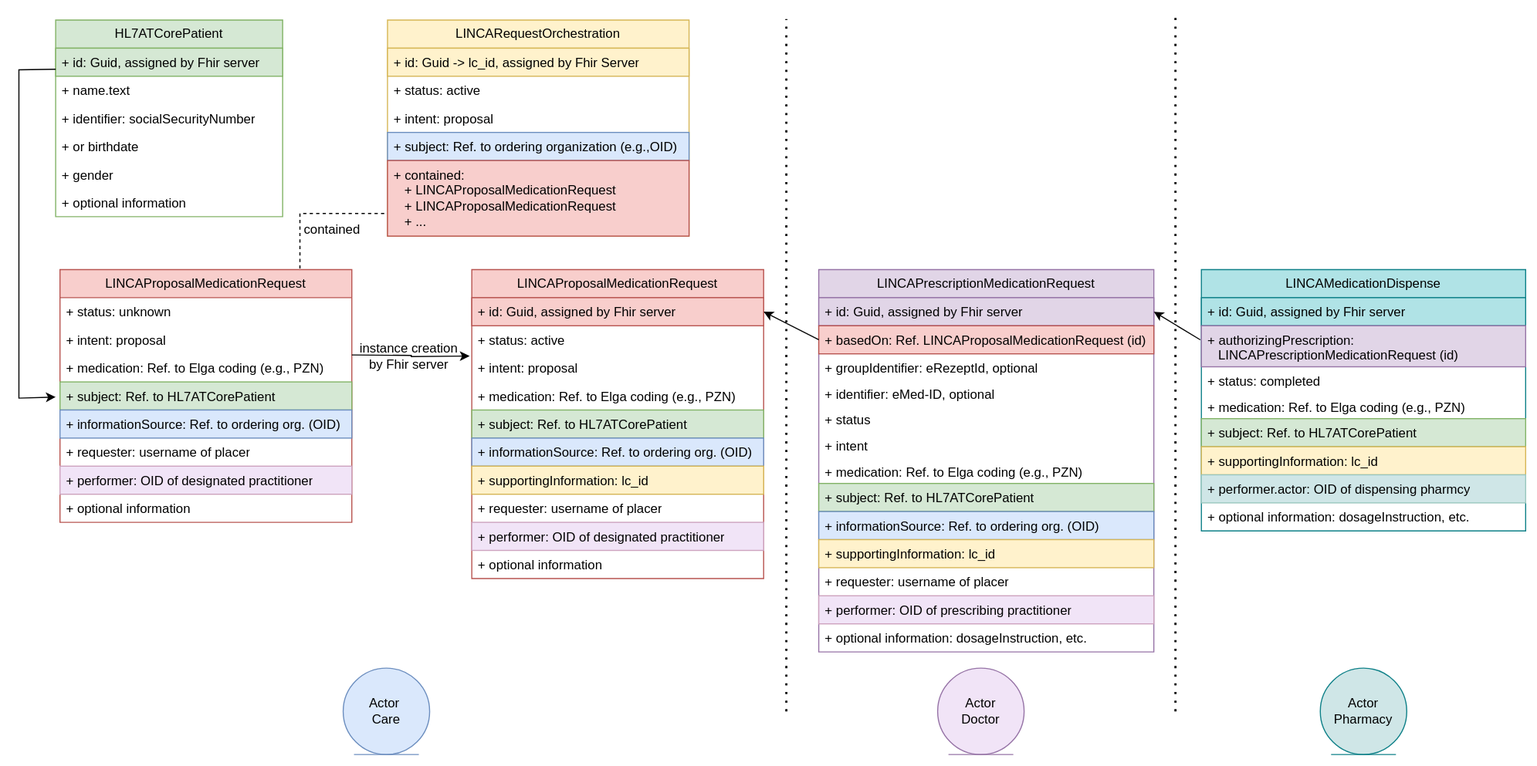
HL7Austria/LinkedCare keeps this draw.io diagram as input/images/LINCA_resources_details.svg. Above is the earlier version. Source tidied: cells renumbered, new cells last; positions are measured from the earlier drawing's top-left corner, leaving out a move shared by most shapes.
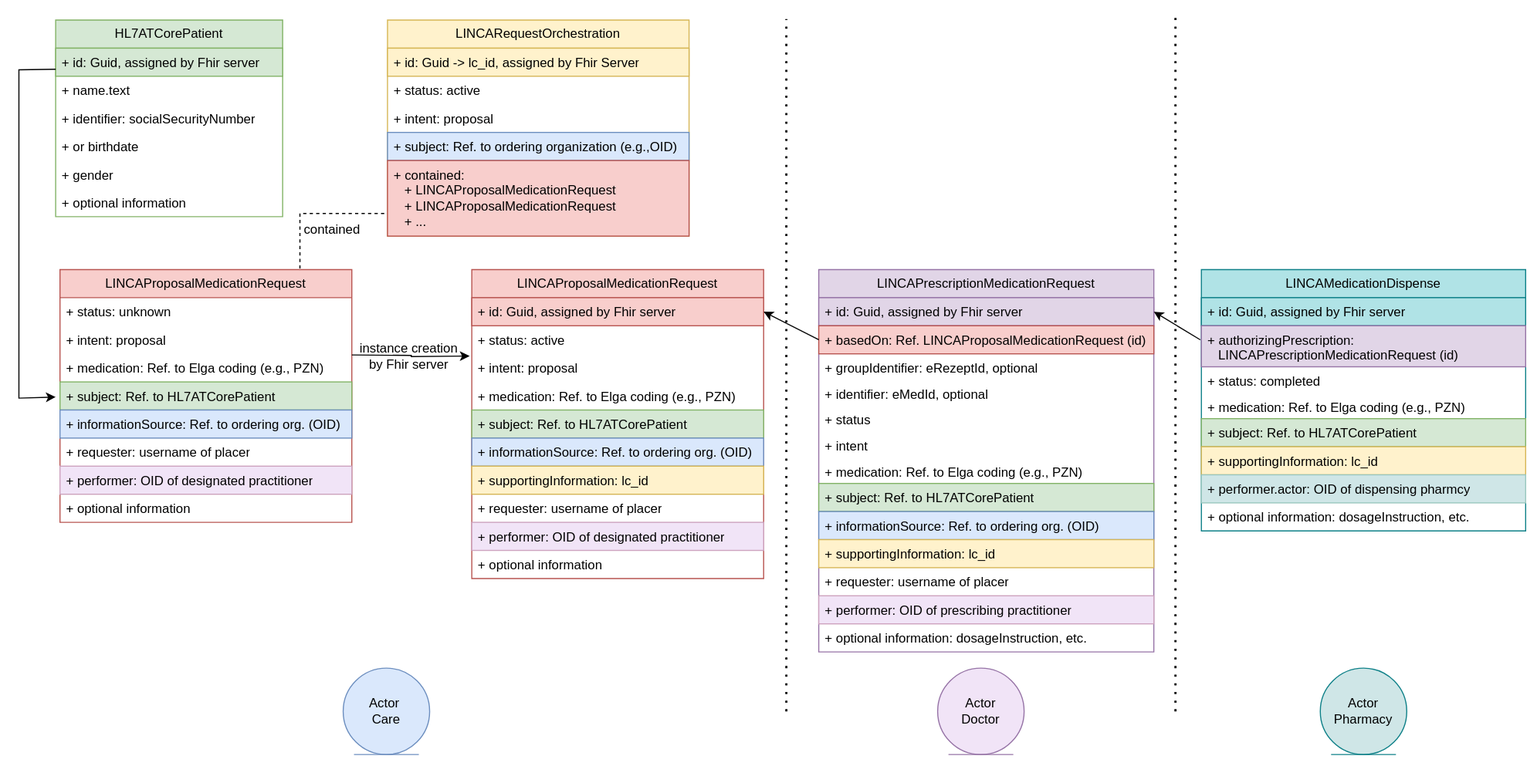
The same file after the commit.

What changed in the source:
```diff
@@ -134,7 +134,7 @@
     <mxCell id="42" value="+ groupIdentifier: eRezeptId, optional" style="text;strokeColor=none;fillColor=none;align=left;verticalAlign=top;spacingLeft=4;spacingRight=4;overflow=hidden;whiteSpace=wrap;html=1;" parent="39" vertex="1">
       <mxGeometry y="78" width="310" height="24" as="geometry" />
     </mxCell>
-    <mxCell id="43" value="+ identifier: eMed-ID, optional" style="text;strokeColor=none;fillColor=none;align=left;verticalAlign=top;spacingLeft=4;spacingRight=4;overflow=hidden;whiteSpace=wrap;html=1;" parent="39" vertex="1">
+    <mxCell id="43" value="+ identifier: eMedId, optional" style="text;strokeColor=none;fillColor=none;align=left;verticalAlign=top;spacingLeft=4;spacingRight=4;overflow=hidden;whiteSpace=wrap;html=1;" parent="39" vertex="1">
       <mxGeometry y="102" width="310" height="24" as="geometry" />
     </mxCell>
     <mxCell id="44" value="+ status" style="text;strokeColor=none;fillColor=none;align=left;verticalAlign=top;spacingLeft=4;spacingRight=4;overflow=hidden;whiteSpace=wrap;html=1;" parent="39" vertex="1">
```
